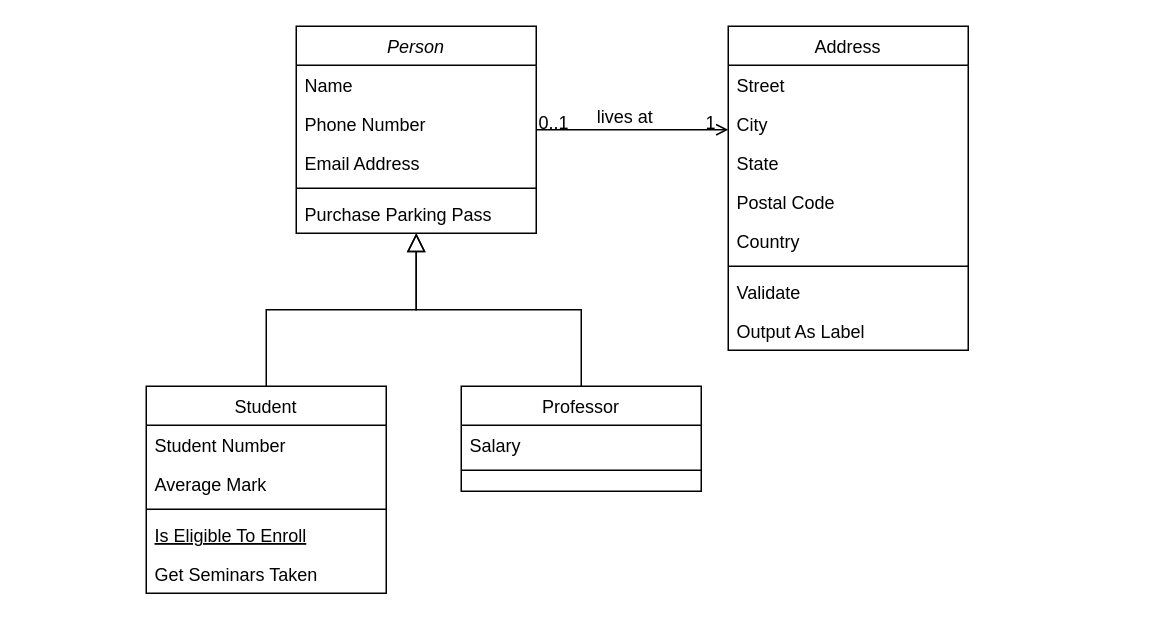
This is Diagrama sem nome.drawio from vitoryamedeiros/repo_faculdade, a draw.io file, before an edit. Source tidied: cells renumbered, new cells numbered last; positions are measured from the earlier drawing's top-left corner, leaving out a move shared by most shapes. Both pictures are drawn from the tidied source at 150%, with x=0, y=0 at pixel (146, 26).
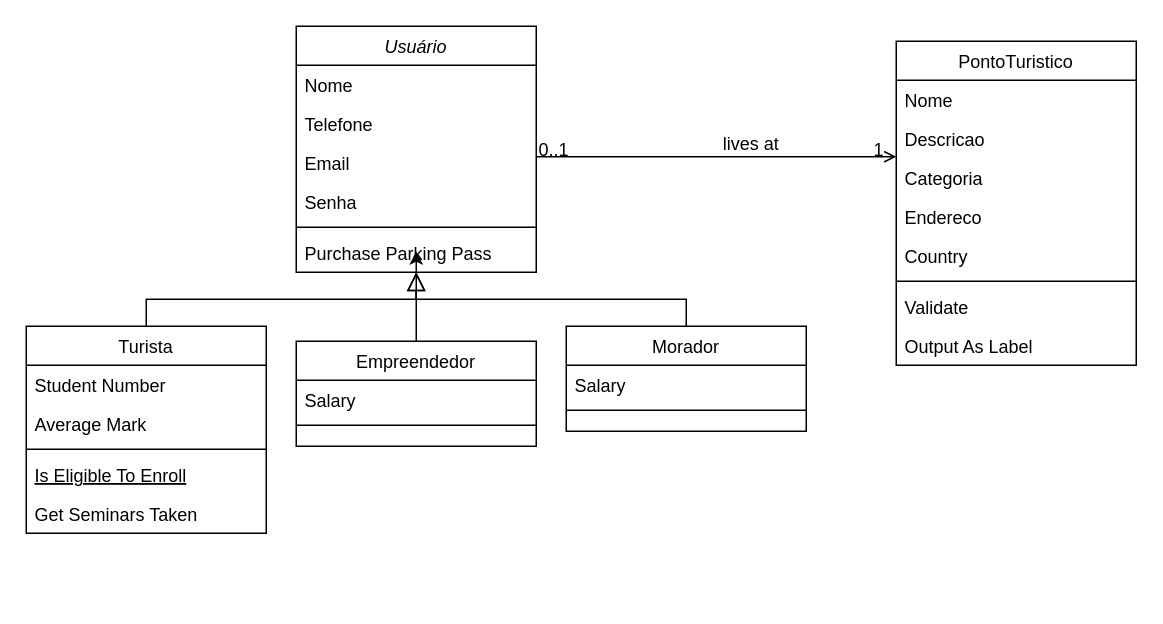
Above is the later version.

Commit message:
Actualizar Diagrama Recifidades.drawio

The edit, as a diff of the source:
```diff
@@
-    <mxCell id="2" value="Person" style="swimlane;fontStyle=2;align=center;verticalAlign=top;horizontal=1;startSize=26;rounded=0;shadow=0;strokeWidth=1;" parent="1" vertex="1">
-      <mxGeometry x="100" width="160" height="138" as="geometry" />
+    <mxCell id="2" value="Usuário&#10;" style="swimlane;fontStyle=2;align=center;verticalAlign=top;horizontal=1;startSize=26;rounded=0;shadow=0;strokeWidth=1;" parent="1" vertex="1">
+      <mxGeometry x="100" width="160" height="164" as="geometry" />
     </mxCell>
-    <mxCell id="3" value="Name" style="text;align=left;verticalAlign=top;spacingLeft=4;spacingRight=4;overflow=hidden;" parent="2" vertex="1">
+    <mxCell id="3" value="Nome" style="text;align=left;verticalAlign=top;spacingLeft=4;spacingRight=4;overflow=hidden;" parent="2" vertex="1">
       <mxGeometry y="26" width="160" height="26" as="geometry" />
     </mxCell>
-    <mxCell id="4" value="Phone Number" style="text;align=left;verticalAlign=top;spacingLeft=4;spacingRight=4;overflow=hidden;rounded=0;shadow=0;html=0;" parent="2" vertex="1">
+    <mxCell id="4" value="Telefone" style="text;align=left;verticalAlign=top;spacingLeft=4;spacingRight=4;overflow=hidden;rounded=0;shadow=0;html=0;" parent="2" vertex="1">
       <mxGeometry y="52" width="160" height="26" as="geometry" />
     </mxCell>
-    <mxCell id="5" value="Email Address" style="text;align=left;verticalAlign=top;spacingLeft=4;spacingRight=4;overflow=hidden;rounded=0;shadow=0;html=0;" parent="2" vertex="1">
+    <mxCell id="5" value="Email" style="text;align=left;verticalAlign=top;spacingLeft=4;spacingRight=4;overflow=hidden;rounded=0;shadow=0;html=0;" parent="2" vertex="1">
       <mxGeometry y="78" width="160" height="26" as="geometry" />
     </mxCell>
+    <mxCell id="32" value="Senha" style="text;align=left;verticalAlign=top;spacingLeft=4;spacingRight=4;overflow=hidden;rounded=0;shadow=0;html=0;" parent="2" vertex="1">
+      <mxGeometry y="104" width="160" height="26" as="geometry" />
+    </mxCell>
     <mxCell id="6" style="line;html=1;strokeWidth=1;align=left;verticalAlign=middle;spacingTop=-1;spacingLeft=3;spacingRight=3;labelPosition=right;" parent="2" vertex="1">
-      <mxGeometry y="104" width="160" height="8" as="geometry" />
+      <mxGeometry y="130" width="160" height="8" as="geometry" />
     </mxCell>
     <mxCell id="7" value="Purchase Parking Pass" style="text;align=left;verticalAlign=top;spacingLeft=4;spacingRight=4;overflow=hidden;" parent="2" vertex="1">
-      <mxGeometry y="112" width="160" height="26" as="geometry" />
+      <mxGeometry y="138" width="160" height="26" as="geometry" />
     </mxCell>
-    <mxCell id="8" value="Student" style="swimlane;fontStyle=0;align=center;verticalAlign=top;horizontal=1;startSize=26;rounded=0;shadow=0;strokeWidth=1;" parent="1" vertex="1">
-      <mxGeometry y="240" width="160" height="138" as="geometry" />
+    <mxCell id="8" value="Turista" style="swimlane;fontStyle=0;align=center;verticalAlign=top;horizontal=1;startSize=26;rounded=0;shadow=0;strokeWidth=1;" parent="1" vertex="1">
+      <mxGeometry x="-80" y="200" width="160" height="138" as="geometry" />
     </mxCell>
@@
-    <mxCell id="15" value="Professor" style="swimlane;fontStyle=0;align=center;verticalAlign=top;horizontal=1;startSize=26;rounded=0;shadow=0;strokeWidth=1;" parent="1" vertex="1">
-      <mxGeometry x="210" y="240" width="160" height="70" as="geometry" />
+    <mxCell id="15" value="Morador" style="swimlane;fontStyle=0;align=center;verticalAlign=top;horizontal=1;startSize=26;rounded=0;shadow=0;strokeWidth=1;" parent="1" vertex="1">
+      <mxGeometry x="280" y="200" width="160" height="70" as="geometry" />
     </mxCell>
@@
-    <mxCell id="19" value="Address" style="swimlane;fontStyle=0;align=center;verticalAlign=top;horizontal=1;startSize=26;rounded=0;shadow=0;strokeWidth=1;" parent="1" vertex="1">
-      <mxGeometry x="388" width="160" height="216" as="geometry" />
+    <mxCell id="19" value="PontoTuristico" style="swimlane;fontStyle=0;align=center;verticalAlign=top;horizontal=1;startSize=26;rounded=0;shadow=0;strokeWidth=1;" parent="1" vertex="1">
+      <mxGeometry x="500" y="10" width="160" height="216" as="geometry" />
     </mxCell>
-    <mxCell id="20" value="Street" style="text;align=left;verticalAlign=top;spacingLeft=4;spacingRight=4;overflow=hidden;" parent="19" vertex="1">
+    <mxCell id="20" value="Nome" style="text;align=left;verticalAlign=top;spacingLeft=4;spacingRight=4;overflow=hidden;" parent="19" vertex="1">
       <mxGeometry y="26" width="160" height="26" as="geometry" />
     </mxCell>
-    <mxCell id="21" value="City" style="text;align=left;verticalAlign=top;spacingLeft=4;spacingRight=4;overflow=hidden;rounded=0;shadow=0;html=0;" parent="19" vertex="1">
+    <mxCell id="21" value="Descricao&#10;" style="text;align=left;verticalAlign=top;spacingLeft=4;spacingRight=4;overflow=hidden;rounded=0;shadow=0;html=0;" parent="19" vertex="1">
       <mxGeometry y="52" width="160" height="26" as="geometry" />
     </mxCell>
-    <mxCell id="22" value="State" style="text;align=left;verticalAlign=top;spacingLeft=4;spacingRight=4;overflow=hidden;rounded=0;shadow=0;html=0;" parent="19" vertex="1">
+    <mxCell id="22" value="Categoria" style="text;align=left;verticalAlign=top;spacingLeft=4;spacingRight=4;overflow=hidden;rounded=0;shadow=0;html=0;" parent="19" vertex="1">
       <mxGeometry y="78" width="160" height="26" as="geometry" />
     </mxCell>
-    <mxCell id="23" value="Postal Code" style="text;align=left;verticalAlign=top;spacingLeft=4;spacingRight=4;overflow=hidden;rounded=0;shadow=0;html=0;" parent="19" vertex="1">
+    <mxCell id="23" value="Endereco" style="text;align=left;verticalAlign=top;spacingLeft=4;spacingRight=4;overflow=hidden;rounded=0;shadow=0;html=0;" parent="19" vertex="1">
       <mxGeometry y="104" width="160" height="26" as="geometry" />
     </mxCell>
@@
+    <mxCell id="33" style="edgeStyle=orthogonalEdgeStyle;rounded=0;jettySize=auto;html=1;" parent="1" edge="1" source="34">
+      <mxGeometry relative="1" as="geometry">
+        <mxPoint x="180" y="150" as="targetPoint" />
+      </mxGeometry>
+    </mxCell>
+    <mxCell id="34" value="Empreendedor" style="swimlane;fontStyle=0;align=center;verticalAlign=top;horizontal=1;startSize=26;rounded=0;shadow=0;strokeWidth=1;" parent="1" vertex="1">
+      <mxGeometry x="100" y="210" width="160" height="70" as="geometry" />
+    </mxCell>
+    <mxCell id="35" value="Salary" style="text;align=left;verticalAlign=top;spacingLeft=4;spacingRight=4;overflow=hidden;" parent="34" vertex="1">
+      <mxGeometry y="26" width="160" height="26" as="geometry" />
+    </mxCell>
+    <mxCell id="36" style="line;html=1;strokeWidth=1;align=left;verticalAlign=middle;spacingTop=-1;spacingLeft=3;spacingRight=3;labelPosition=right;" parent="34" vertex="1">
+      <mxGeometry y="52" width="160" height="8" as="geometry" />
+    </mxCell>
```
